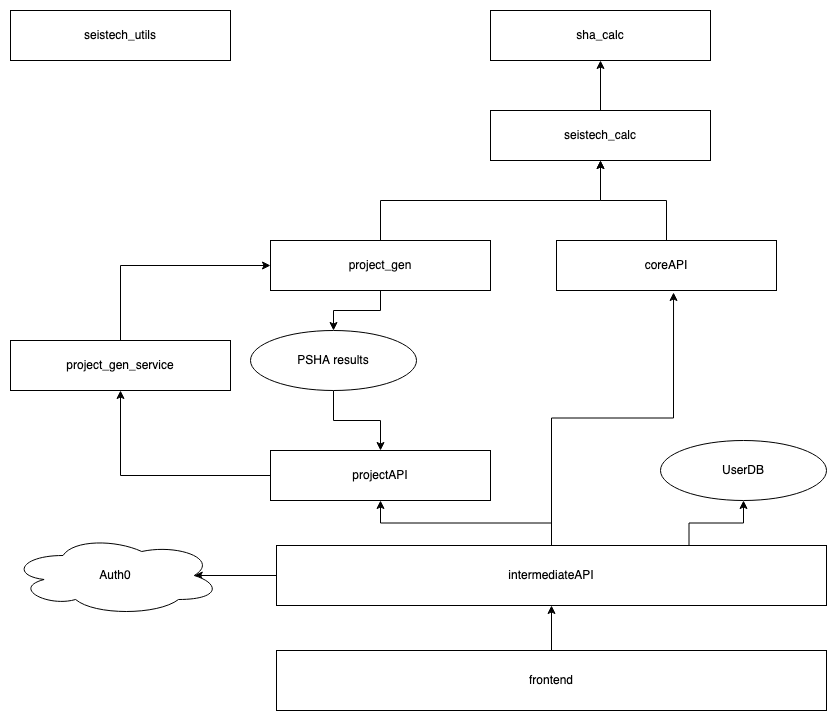
Earlier version of the draw.io export gmhazard_diagram.png (ucgmsim/gmhazard). Source tidied: cells renumbered, new cells last; positions are measured from the earlier drawing's top-left corner, leaving out a move shared by most shapes.
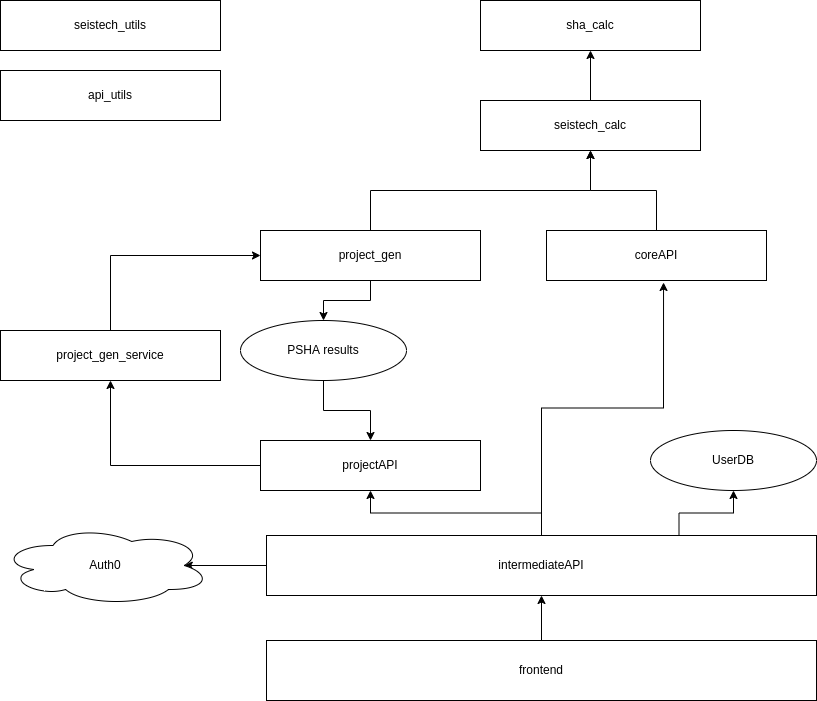
After the change.

Change to the diagram source:
```diff
@@ -74,5 +74,8 @@
     <mxCell id="25" value="seistech_utils" style="rounded=0;whiteSpace=wrap;html=1;" parent="1" vertex="1">
       <mxGeometry width="220" height="50" as="geometry" />
     </mxCell>
+    <mxCell id="26" value="api_utils" style="rounded=0;whiteSpace=wrap;html=1;" parent="1" vertex="1">
+      <mxGeometry y="70" width="220" height="50" as="geometry" />
+    </mxCell>
   </root>
 </mxGraphModel>
```
